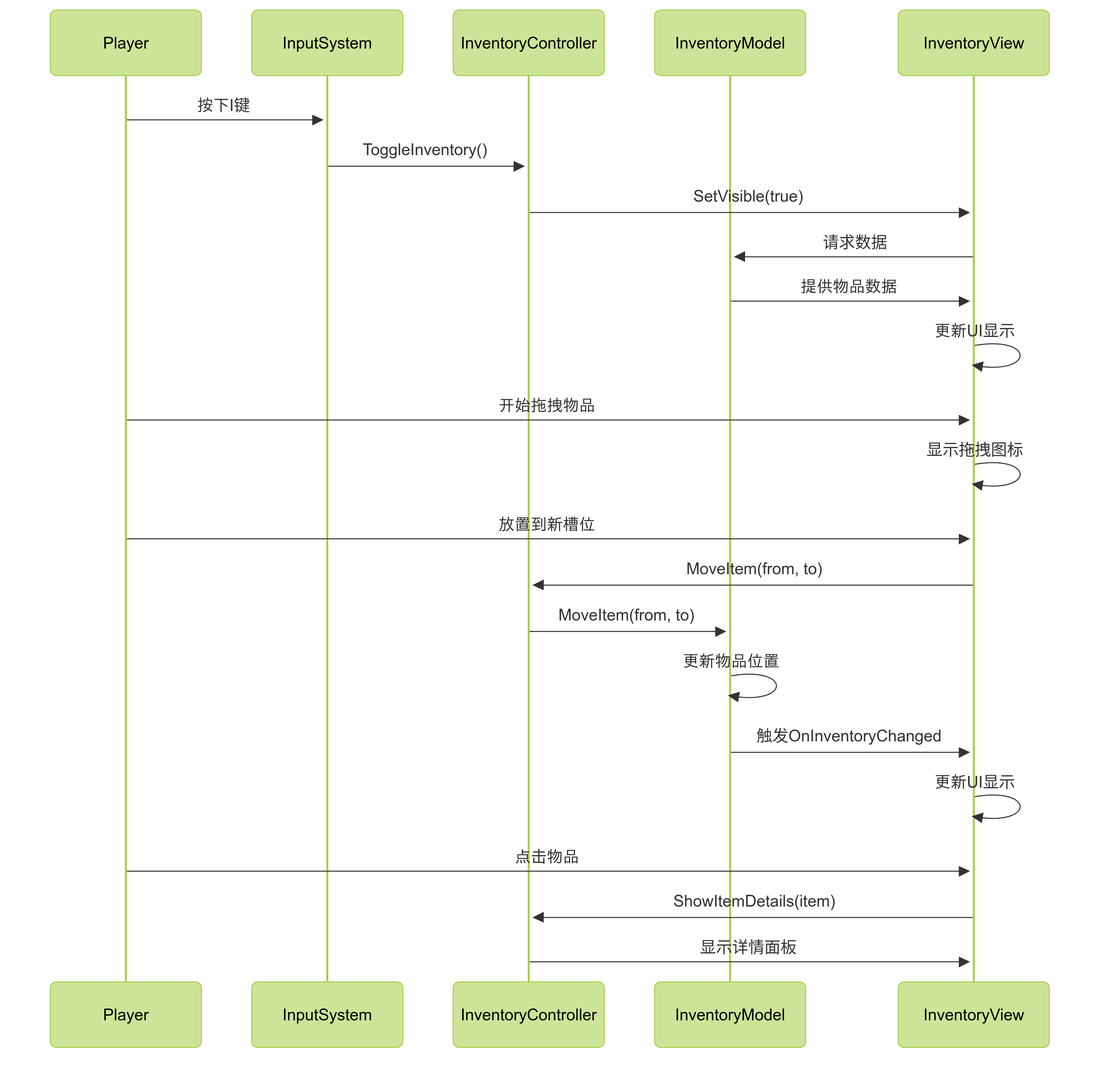
Earlier version of the Mermaid export Assets/Readme/diagrams/inventory.png (Cancellated/GameJamToolPack). Its source is kept beside it as Assets/Readme/docs/inventory.mmd.
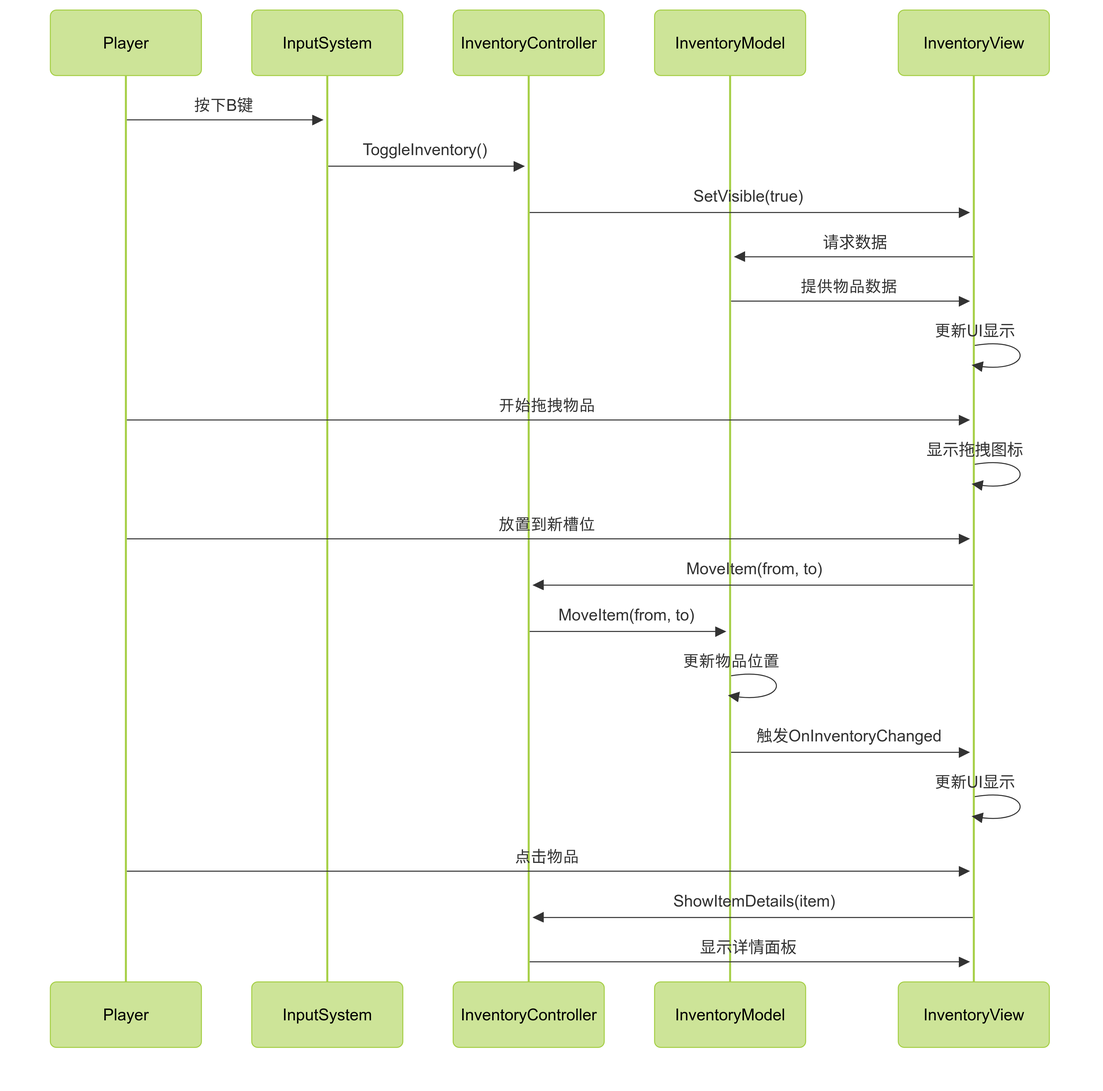
The same file after the commit.

The edit, as a diff of the source:
```diff
@@ -5,7 +5,7 @@
     participant InventoryModel
     participant InventoryView
 
-    Player->>InputSystem: 按下I键
+    Player->>InputSystem: 按下B键
     InputSystem->>InventoryController: ToggleInventory()
     InventoryController->>InventoryView: SetVisible(true)
     InventoryView->>InventoryModel: 请求数据
```
